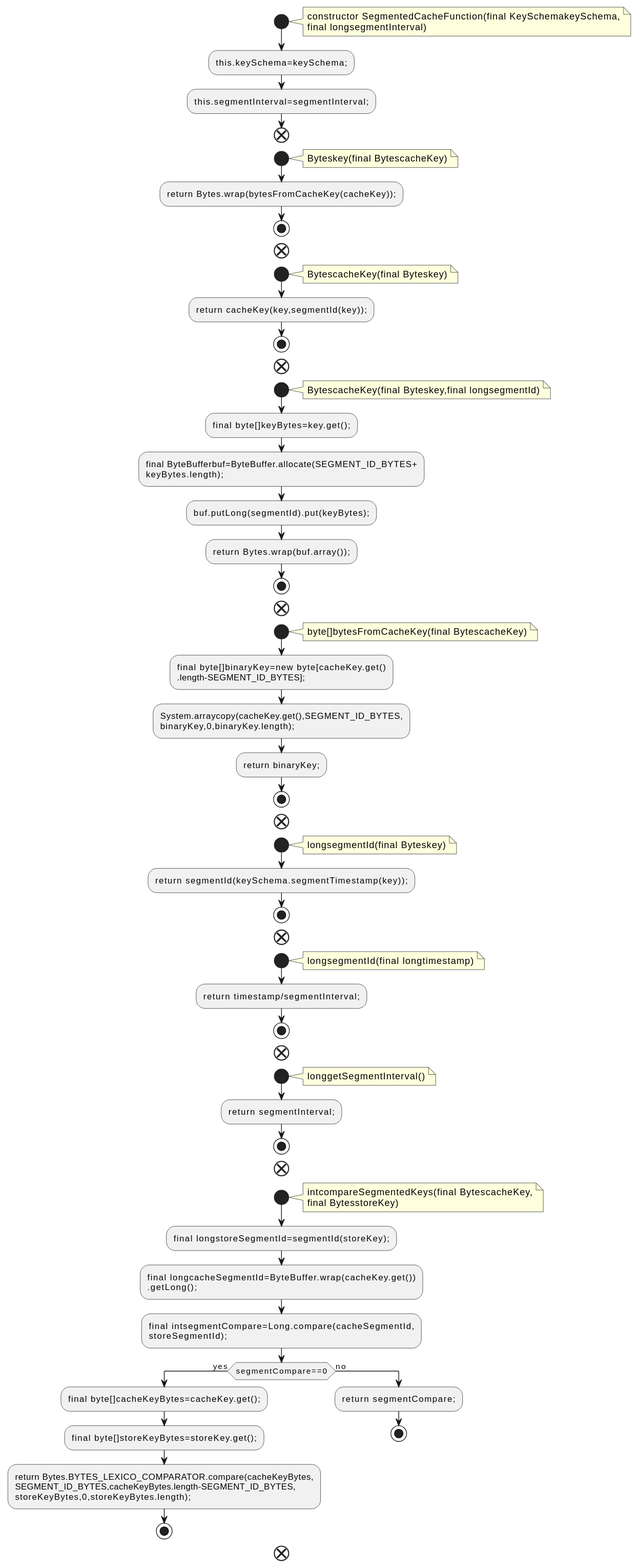
This is docs/qc/streams/src/main/java/org/apache/kafka/streams/state/internals/SegmentedCacheFunction.java.fct.svg from qualitesys/kafka, a PlantUML export, as it was before one commit.
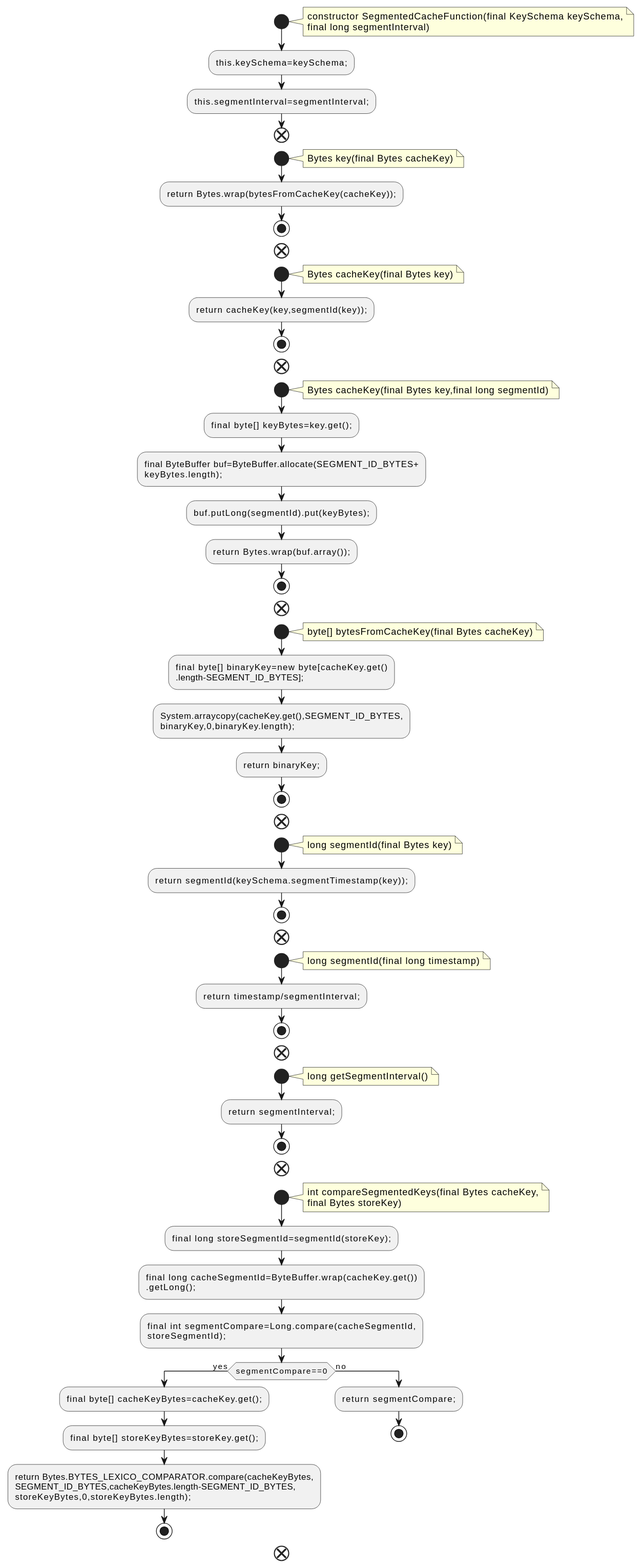
After the change.

Change to the diagram source:
```diff
@@ -2,32 +2,32 @@
 !pragma layout smetana
 start
 note right
-constructor SegmentedCacheFunction(final KeySchemakeySchema,
-final longsegmentInterval)
+constructor SegmentedCacheFunction(final KeySchema keySchema,
+final long segmentInterval)
 end note
 :this.keySchema=keySchema;;
 :this.segmentInterval=segmentInterval;;
 end
 start
 note right
-Byteskey(final BytescacheKey)
+Bytes key(final Bytes cacheKey)
 end note
 :return Bytes.wrap(bytesFromCacheKey(cacheKey));;
 stop
 end
 start
 note right
-BytescacheKey(final Byteskey)
+Bytes cacheKey(final Bytes key)
 end note
 :return cacheKey(key,segmentId(key));;
 stop
 end
 start
 note right
-BytescacheKey(final Byteskey,final longsegmentId)
+Bytes cacheKey(final Bytes key,final long segmentId)
 end note
-:final byte[]keyBytes=key.get();;
-:final ByteBufferbuf=ByteBuffer.allocate(SEGMENT_ID_BYTES+
+:final byte[] keyBytes=key.get();;
+:final ByteBuffer buf=ByteBuffer.allocate(SEGMENT_ID_BYTES+
 keyBytes.length);;
 :buf.putLong(segmentId).put(keyBytes);;
 :return Bytes.wrap(buf.array());;
@@ -35,9 +35,9 @@
 end
 start
 note right
-byte[]bytesFromCacheKey(final BytescacheKey)
+byte[] bytesFromCacheKey(final Bytes cacheKey)
 end note
-:final byte[]binaryKey=new byte[cacheKey.get()
+:final byte[] binaryKey=new byte[cacheKey.get()
 .length-SEGMENT_ID_BYTES];;
 :System.arraycopy(cacheKey.get(),SEGMENT_ID_BYTES,
 binaryKey,0,binaryKey.length);;
@@ -46,38 +46,38 @@
 end
 start
 note right
-longsegmentId(final Byteskey)
+long segmentId(final Bytes key)
 end note
 :return segmentId(keySchema.segmentTimestamp(key));;
 stop
 end
 start
 note right
-longsegmentId(final longtimestamp)
+long segmentId(final long timestamp)
 end note
 :return timestamp/segmentInterval;;
 stop
 end
 start
 note right
-longgetSegmentInterval()
+long getSegmentInterval()
 end note
 :return segmentInterval;;
 stop
 end
 start
 note right
-intcompareSegmentedKeys(final BytescacheKey,
-final BytesstoreKey)
+int compareSegmentedKeys(final Bytes cacheKey,
+final Bytes storeKey)
 end note
-:final longstoreSegmentId=segmentId(storeKey);;
-:final longcacheSegmentId=ByteBuffer.wrap(cacheKey.get())
+:final long storeSegmentId=segmentId(storeKey);;
+:final long cacheSegmentId=ByteBuffer.wrap(cacheKey.get())
 .getLong();;
-:final intsegmentCompare=Long.compare(cacheSegmentId,
+:final int segmentCompare=Long.compare(cacheSegmentId,
 storeSegmentId);;
 if (segmentCompare==0) then (yes)
-:final byte[]cacheKeyBytes=cacheKey.get();;
-:final byte[]storeKeyBytes=storeKey.get();;
+:final byte[] cacheKeyBytes=cacheKey.get();;
+:final byte[] storeKeyBytes=storeKey.get();;
 :return Bytes.BYTES_LEXICO_COMPARATOR.compare(cacheKeyBytes,
 SEGMENT_ID_BYTES,cacheKeyBytes.length-SEGMENT_ID_BYTES,
 storeKeyBytes,0,storeKeyBytes.length);;
```
